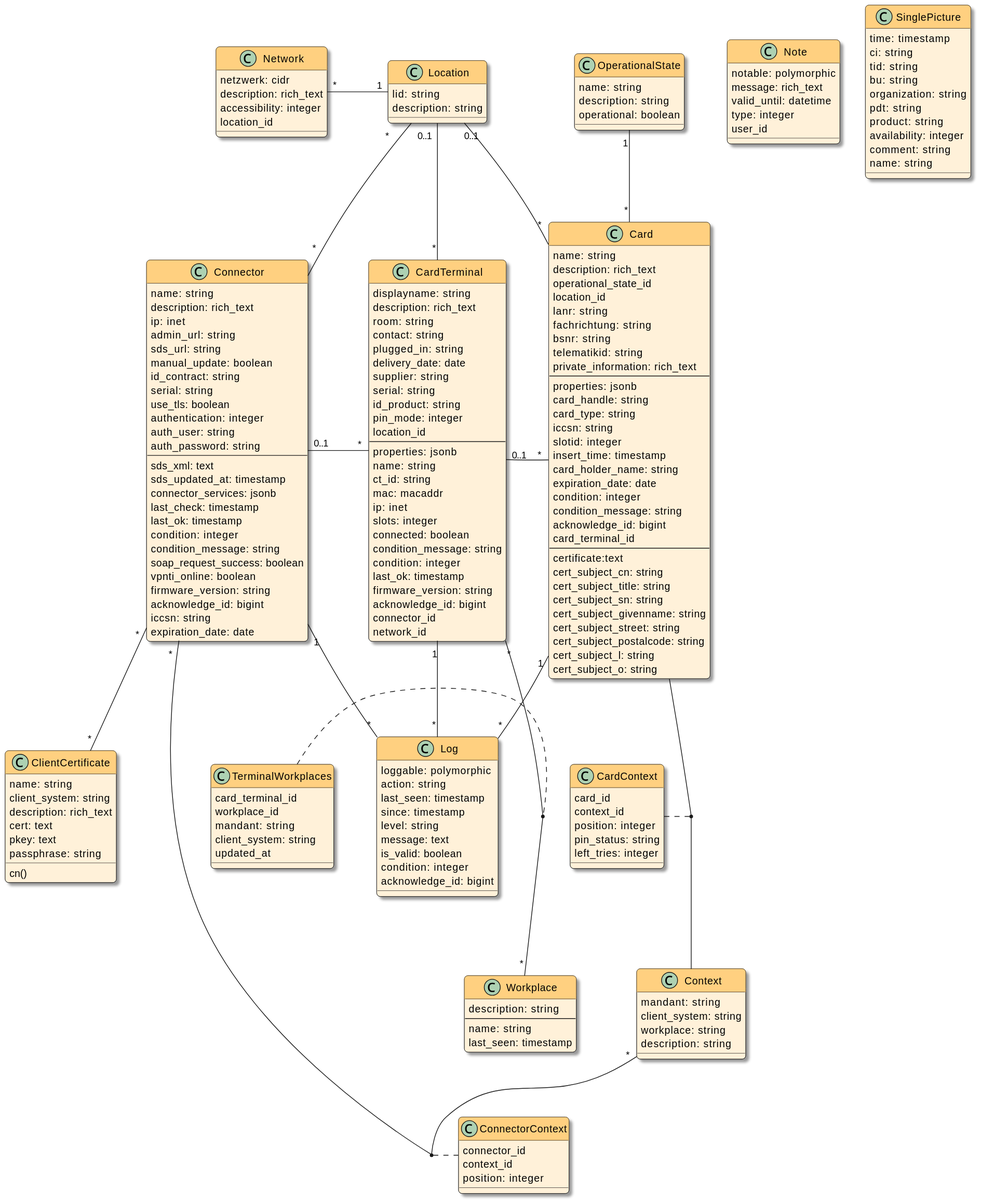
Before: docsrc/devnotes/modules/ROOT/images/models.svg, a diagram exported from PlantUML (swobspace/cocard).
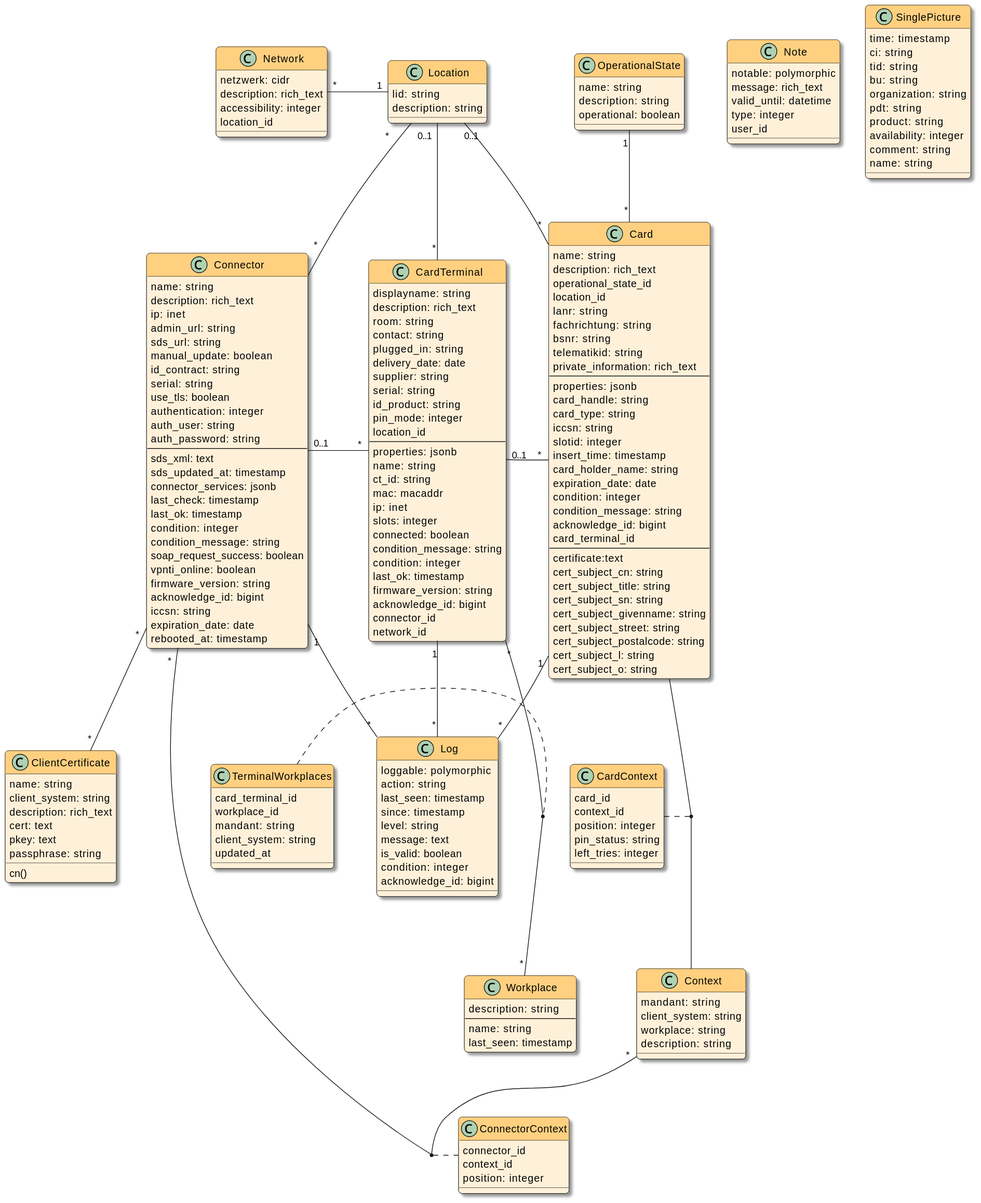
Later version of the same file.

Commit message:
add Connector#rebooted_at

Change to the diagram source:
```diff
@@ -30,6 +30,7 @@
   acknowledge_id: bigint
   iccsn: string
   expiration_date: date
+  rebooted_at: timestamp
 }
 
 class CardTerminal {
```
